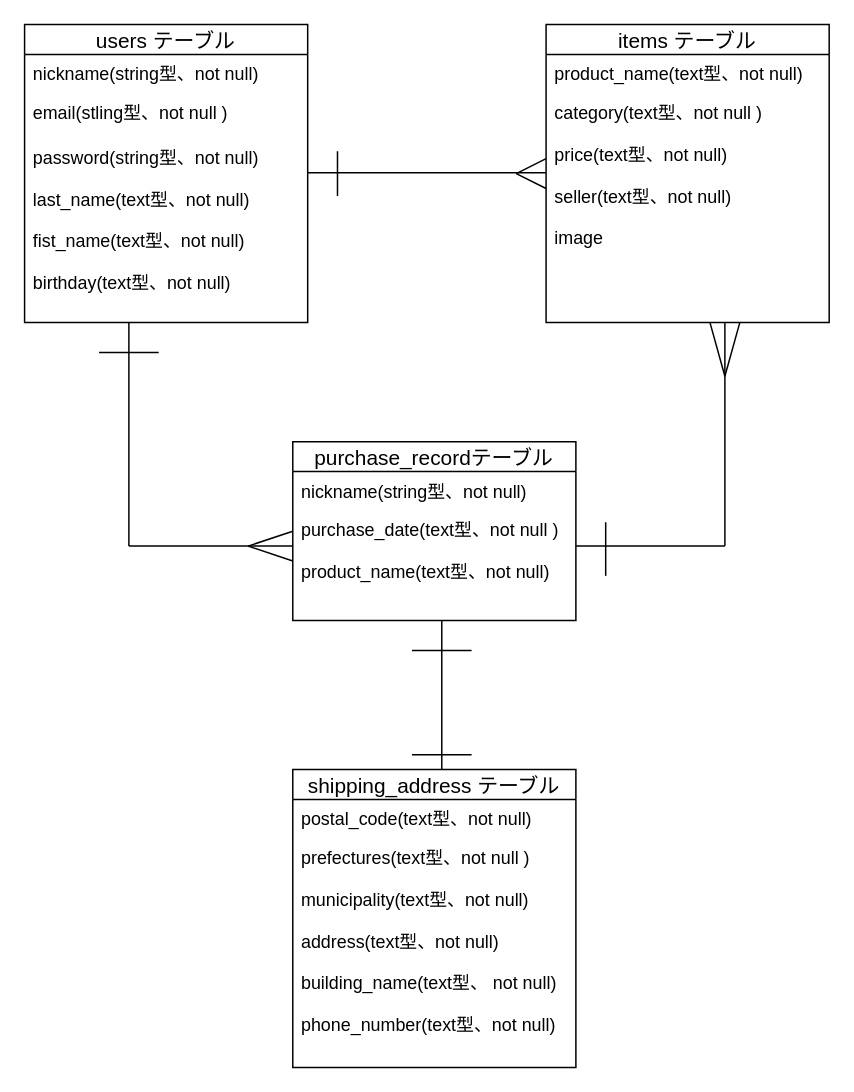
shumpei-iwata/furima-30530 keeps this draw.io diagram as test.dio. Above is the earlier version. Source tidied: cells renumbered, new cells numbered last; positions are measured from the earlier drawing's top-left corner, leaving out a move shared by most shapes. Both pictures are drawn from the tidied source at 149%, with x=0, y=0 at pixel (24, 24).
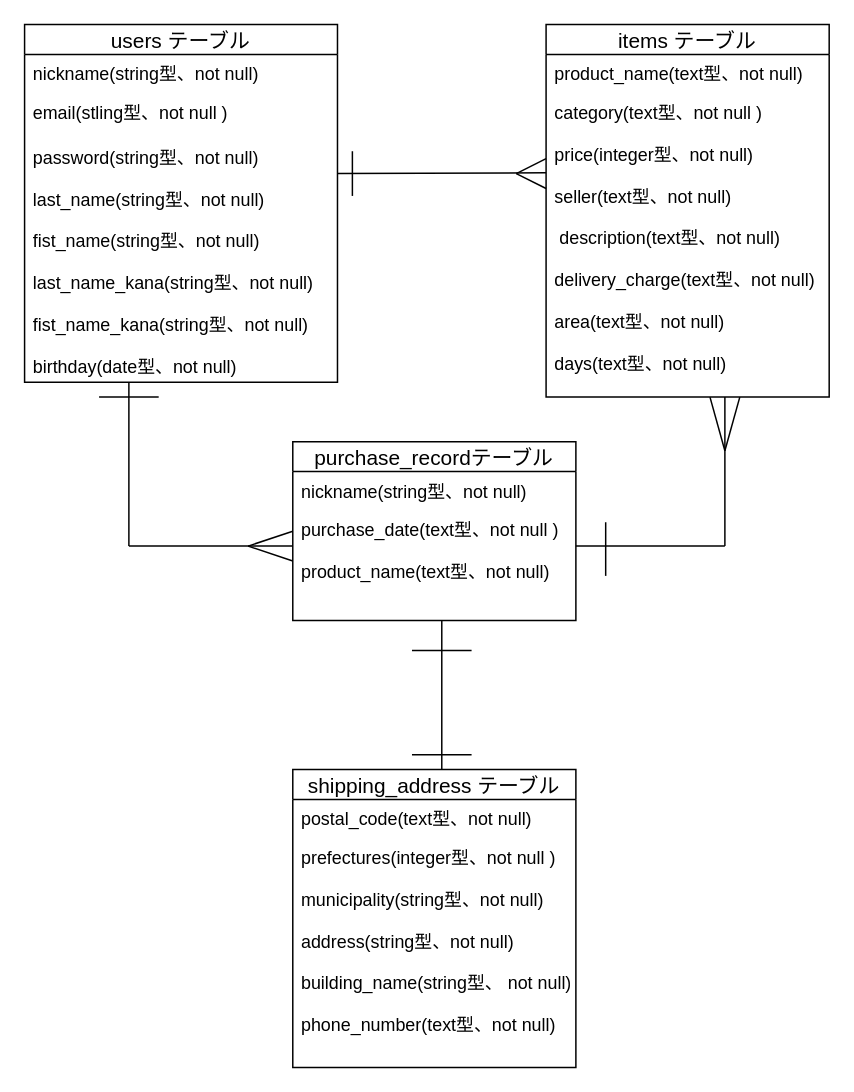
The same page after the edit.

Commit message (it also covers changes not shown here):
ER図及びREADMEの修正

Unchanged cells that the change refers to:
```xml
<mxCell id="29" value="shipping_address テーブル" style="swimlane;fontStyle=0;horizontal=1;startSize=20;align=center;fontSize=14;" parent="1" vertex="1">
  <mxGeometry x="180" y="500" width="190" height="200" as="geometry" />
</mxCell>
```

What changed in the source:
```diff
@@
     <mxCell id="2" value="users テーブル" style="swimlane;fontStyle=0;horizontal=1;startSize=20;align=center;fontSize=14;" parent="1" vertex="1">
-      <mxGeometry width="190" height="200" as="geometry" />
+      <mxGeometry width="210" height="240" as="geometry" />
     </mxCell>
     <mxCell id="3" value="nickname(string型、not null)&#10;" style="text;strokeColor=none;fillColor=none;spacingLeft=4;spacingRight=4;overflow=hidden;fontSize=12;" parent="2" vertex="1">
-      <mxGeometry y="20" width="190" height="26" as="geometry" />
+      <mxGeometry y="20" width="210" height="26" as="geometry" />
     </mxCell>
     <mxCell id="4" value="email(stling型、not null )&#10;" style="text;strokeColor=none;fillColor=none;spacingLeft=4;spacingRight=4;overflow=hidden;fontSize=12;" parent="2" vertex="1">
-      <mxGeometry y="46" width="190" height="154" as="geometry" />
+      <mxGeometry y="46" width="210" height="194" as="geometry" />
     </mxCell>
-    <mxCell id="5" value="password(string型、not null)&#10;&#10;last_name(text型、not null)&#10;&#10;fist_name(text型、not null)&#10;&#10;birthday(text型、not null)" style="text;strokeColor=none;fillColor=none;spacingLeft=4;spacingRight=4;overflow=hidden;fontSize=12;" parent="1" vertex="1">
-      <mxGeometry y="76" width="190" height="124" as="geometry" />
+    <mxCell id="5" value="password(string型、not null)&#10;&#10;last_name(string型、not null)&#10;&#10;fist_name(string型、not null)&#10;&#10;last_name_kana(string型、not null)&#10;&#10;fist_name_kana(string型、not null)&#10;&#10;birthday(date型、not null)" style="text;strokeColor=none;fillColor=none;spacingLeft=4;spacingRight=4;overflow=hidden;fontSize=12;" parent="1" vertex="1">
+      <mxGeometry y="76" width="210" height="164" as="geometry" />
     </mxCell>
     <mxCell id="6" style="endArrow=none;html=1;rounded=0;" parent="1" edge="1">
       <mxGeometry relative="1" as="geometry">
-        <mxPoint x="190" y="99.5" as="sourcePoint" />
+        <mxPoint x="210" y="100" as="sourcePoint" />
         <mxPoint x="350" y="99.5" as="targetPoint" />
       </mxGeometry>
     </mxCell>
     <mxCell id="7" style="endArrow=none;html=1;rounded=0;" parent="1" edge="1">
       <mxGeometry relative="1" as="geometry">
-        <mxPoint x="210" y="115" as="sourcePoint" />
-        <mxPoint x="210" y="85" as="targetPoint" />
+        <mxPoint x="220" y="115" as="sourcePoint" />
+        <mxPoint x="220" y="85" as="targetPoint" />
         <Array as="points">
-          <mxPoint x="210" y="105" />
-          <mxPoint x="210" y="95" />
+          <mxPoint x="220" y="105" />
+          <mxPoint x="220" y="95" />
         </Array>
       </mxGeometry>
     </mxCell>
@@
     <mxCell id="10" value="items テーブル" style="swimlane;fontStyle=0;horizontal=1;startSize=20;align=center;fontSize=14;" parent="1" vertex="1">
-      <mxGeometry x="350" width="190" height="200" as="geometry" />
+      <mxGeometry x="350" width="190" height="250" as="geometry" />
     </mxCell>
@@
-    <mxCell id="12" value="category(text型、not null )&#10;&#10;price(text型、not null)&#10;&#10;seller(text型、not null)&#10;&#10;image&#10; " style="text;strokeColor=none;fillColor=none;spacingLeft=4;spacingRight=4;overflow=hidden;fontSize=12;" parent="10" vertex="1">
-      <mxGeometry y="46" width="190" height="154" as="geometry" />
+    <mxCell id="12" value="category(text型、not null )&#10;&#10;price(integer型、not null)&#10;&#10;seller(text型、not null)&#10;&#10; description(text型、not null)&#10;&#10;delivery_charge(text型、not null)&#10;&#10;area(text型、not null)&#10;&#10;days(text型、not null)" style="text;strokeColor=none;fillColor=none;spacingLeft=4;spacingRight=4;overflow=hidden;fontSize=12;" parent="10" vertex="1">
+      <mxGeometry y="46" width="190" height="204" as="geometry" />
     </mxCell>
+    <mxCell id="14" style="endArrow=none;html=1;rounded=0;" parent="10" edge="1">
+      <mxGeometry relative="1" as="geometry">
+        <mxPoint x="120" y="350" as="sourcePoint" />
+        <mxPoint x="120" y="250" as="targetPoint" />
+      </mxGeometry>
+    </mxCell>
     <mxCell id="13" style="endArrow=none;html=1;rounded=0;" parent="1" edge="1">
       <mxGeometry relative="1" as="geometry">
-        <mxPoint x="70" y="200" as="sourcePoint" />
+        <mxPoint x="70" y="240" as="sourcePoint" />
         <mxPoint x="70" y="350" as="targetPoint" />
       </mxGeometry>
     </mxCell>
-    <mxCell id="14" style="endArrow=none;html=1;rounded=0;" parent="1" edge="1">
-      <mxGeometry relative="1" as="geometry">
-        <mxPoint x="470" y="350" as="sourcePoint" />
-        <mxPoint x="470" y="200" as="targetPoint" />
-      </mxGeometry>
-    </mxCell>
@@
     <mxCell id="21" style="endArrow=none;html=1;rounded=0;" parent="1" edge="1">
       <mxGeometry relative="1" as="geometry">
-        <mxPoint x="50" y="220" as="sourcePoint" />
-        <mxPoint x="90" y="220" as="targetPoint" />
+        <mxPoint x="50" y="250" as="sourcePoint" />
+        <mxPoint x="90" y="250" as="targetPoint" />
         <Array as="points">
-          <mxPoint x="70" y="220" />
+          <mxPoint x="70" y="250" />
         </Array>
       </mxGeometry>
     </mxCell>
@@
     <mxCell id="27" style="endArrow=none;html=1;rounded=0;" parent="1" edge="1">
       <mxGeometry relative="1" as="geometry">
-        <mxPoint x="460" y="200" as="sourcePoint" />
-        <mxPoint x="470" y="236" as="targetPoint" />
+        <mxPoint x="460" y="250" as="sourcePoint" />
+        <mxPoint x="470" y="286" as="targetPoint" />
       </mxGeometry>
     </mxCell>
     <mxCell id="28" style="endArrow=none;html=1;rounded=0;" parent="1" edge="1">
       <mxGeometry relative="1" as="geometry">
-        <mxPoint x="480" y="200" as="sourcePoint" />
-        <mxPoint x="470" y="236" as="targetPoint" />
+        <mxPoint x="480" y="250" as="sourcePoint" />
+        <mxPoint x="470" y="286" as="targetPoint" />
       </mxGeometry>
     </mxCell>
@@
-    <mxCell id="31" value="prefectures(text型、not null )&#10;&#10;municipality(text型、not null)&#10;&#10;address(text型、not null)&#10;&#10;building_name(text型、 not null)&#10; &#10;phone_number(text型、not null)" style="text;strokeColor=none;fillColor=none;spacingLeft=4;spacingRight=4;overflow=hidden;fontSize=12;" parent="29" vertex="1">
+    <mxCell id="31" value="prefectures(integer型、not null )&#10;&#10;municipality(string型、not null)&#10;&#10;address(string型、not null)&#10;&#10;building_name(string型、 not null)&#10; &#10;phone_number(text型、not null)" style="text;strokeColor=none;fillColor=none;spacingLeft=4;spacingRight=4;overflow=hidden;fontSize=12;" parent="29" vertex="1">
       <mxGeometry y="46" width="190" height="154" as="geometry" />
     </mxCell>
```
